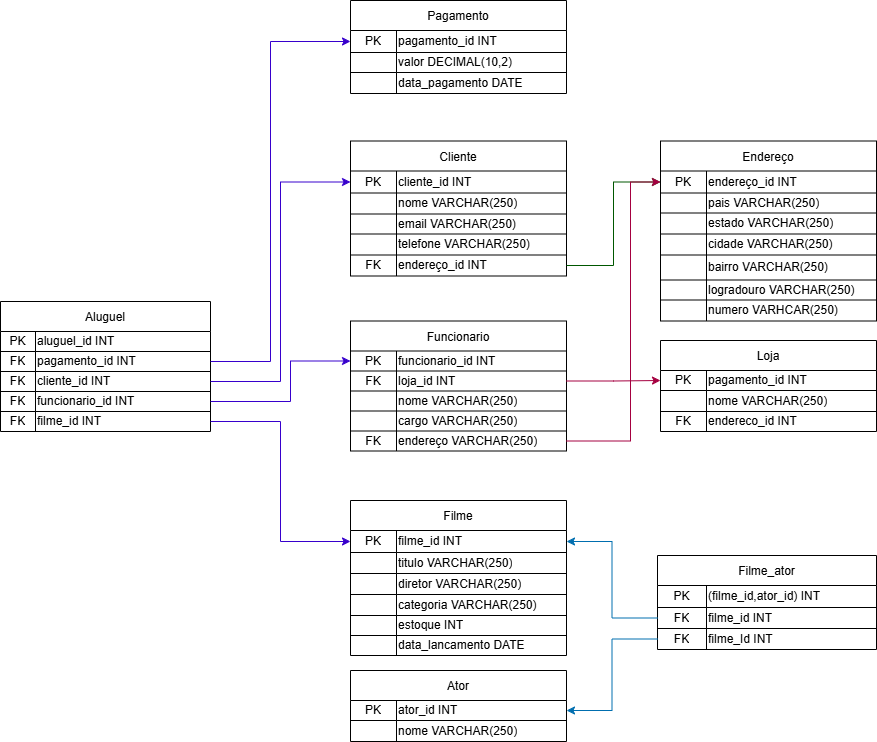
Before: Diagrama.png, a diagram exported from draw.io (TalesCouti/ProjetoBancoDeDadosAFYA). Source tidied: cells renumbered, new cells last; positions are measured from the earlier drawing's top-left corner, leaving out a move shared by most shapes.
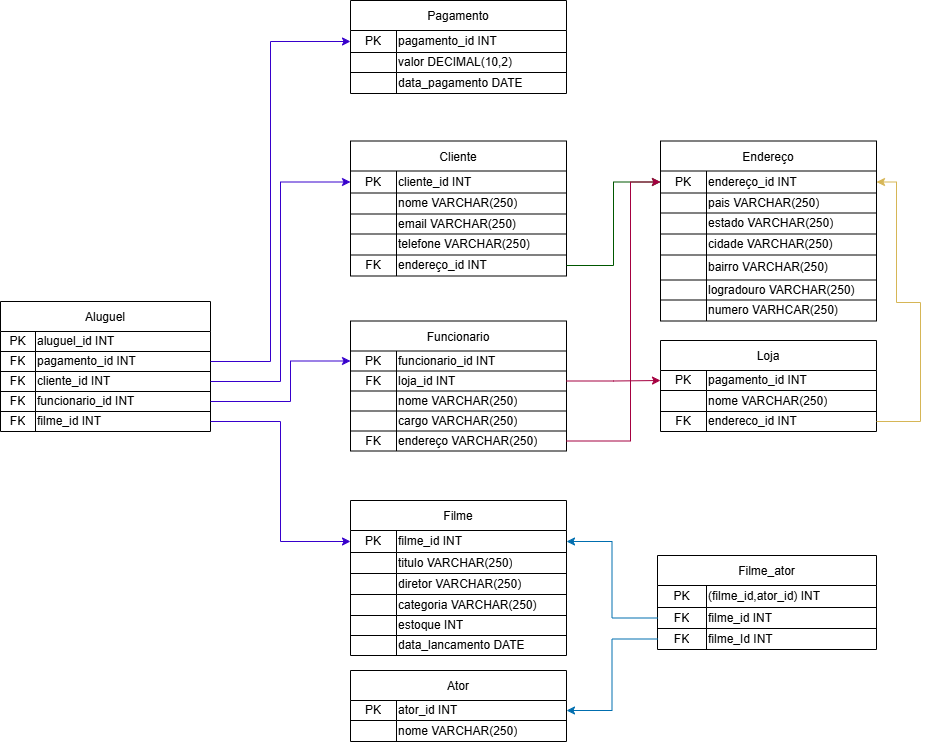
After the change.

Change to the diagram source:
```diff
@@ -422,5 +422,15 @@
         </Array>
       </mxGeometry>
     </mxCell>
+    <mxCell id="137" style="edgeStyle=orthogonalEdgeStyle;rounded=0;jettySize=auto;html=1;entryX=1;entryY=0.5;entryDx=0;entryDy=0;fillColor=#fff2cc;strokeColor=#d6b656;" parent="1" edge="1" source="93" target="113">
+      <mxGeometry relative="1" as="geometry">
+        <Array as="points">
+          <mxPoint x="920" y="421" />
+          <mxPoint x="920" y="302" />
+          <mxPoint x="896" y="302" />
+          <mxPoint x="896" y="182" />
+        </Array>
+      </mxGeometry>
+    </mxCell>
   </root>
 </mxGraphModel>
```
